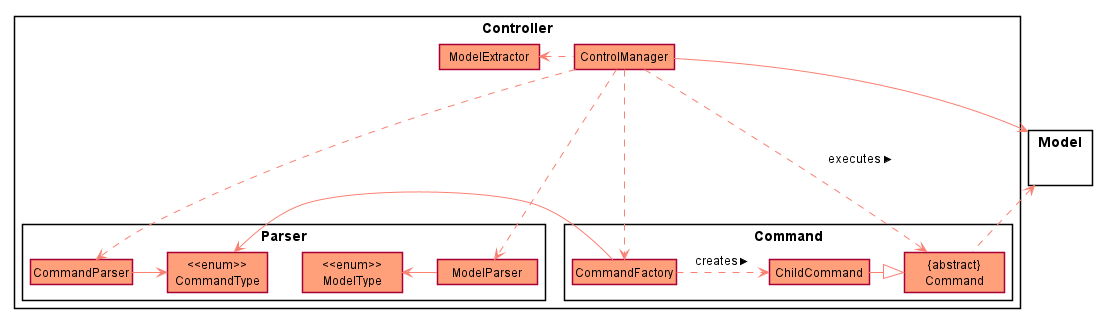
Above: docs/diagram/ControllerComponent.png in untitle4/tp (PlantUML), before the change.
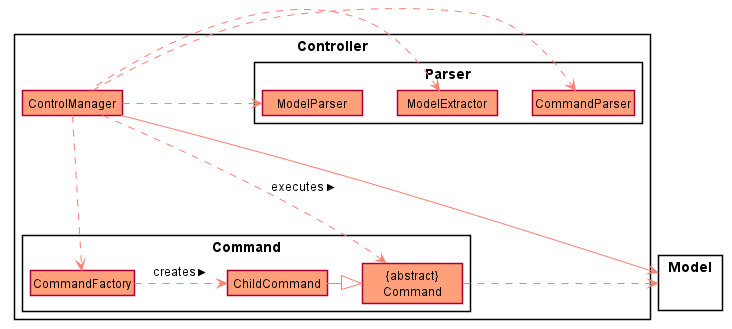
Later version of the same file.

What changed in the source:
```diff
@@ -16,6 +16,11 @@
     }
 
     Package Parser {
+        class ModelExtractor {
+            model: Model
+            modelType: ModelType
+            retriveModel()
+        }
         class CommandParser {
             separatedInputs: String[]
             extractCommand() : CommandType
@@ -25,24 +30,6 @@
             extractModel() : ModelType
         }
 
-        enum "<<enum>>\nCommandType" {
-          ADD
-          DELETE
-          DONE
-          LIST
-          HELP
-          BYE
-        }
-
-        enum "<<enum>>\nModelType" {
-          EVENT
-          CLASS
-          CCA
-          TEST
-          TUITION
-          QUIZ
-          CONTACT
-        }
     }
 
     Package Command {
@@ -56,11 +43,6 @@
             execute(DataManager) { abstract }
         }
     }
-    class ModelExtractor {
-        model: Model
-        modelType: ModelType
-        retriveModel()
-    }
 }
 
 Package Model {
@@ -69,14 +51,11 @@
 ControlManager .down> CommandParser
 ControlManager ..down> ModelParser
 ControlManager ..> CommandFactory
-ControlManager --> Model
+ControlManager ---> Model
 ControlManager .left> ModelExtractor
 CommandFactory .right> ChildCommand : creates >
 ControlManager .> "{abstract}\nCommand" : executes >
 ChildCommand -|> "{abstract}\nCommand"
 "{abstract}\nCommand" ..up> Model
-CommandParser -> "<<enum>>\nCommandType"
-ModelParser -left> "<<enum>>\nModelType"
-CommandFactory -> "<<enum>>\nCommandType"
 
 @enduml
```
